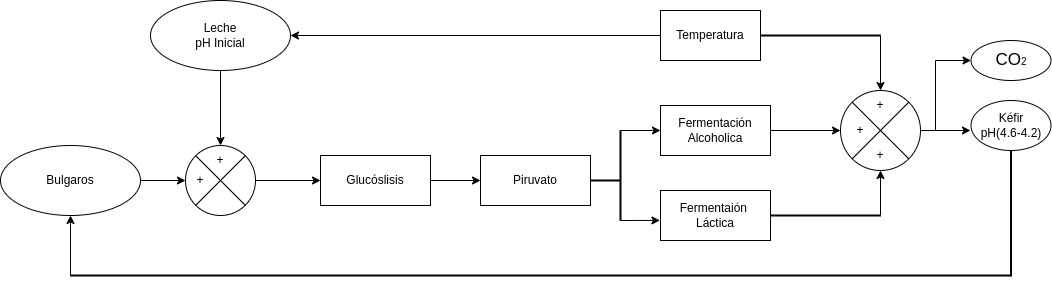
Before: UML/MarcoTeorico/fermentacion.drawio.png, a diagram exported from draw.io (miicxitl-kin/Proyecto-Terminal-1-y-2). Source tidied: cells renumbered, new cells last; positions are measured from the earlier drawing's top-left corner, leaving out a move shared by most shapes. Source of this version:
```xml
<mxGraphModel>
  <root>
    <mxCell id="0" />
    <mxCell id="1" parent="0" />
    <mxCell id="2" style="edgeStyle=none;html=1;" parent="1" edge="1" source="3" target="6">
      <mxGeometry relative="1" as="geometry" />
    </mxCell>
    <mxCell id="3" value="&lt;font style=&quot;color: rgb(0, 0, 0);&quot;&gt;Leche&lt;/font&gt;&lt;div&gt;&lt;font style=&quot;color: rgb(0, 0, 0);&quot;&gt;pH Inicial&lt;/font&gt;&lt;/div&gt;" style="ellipse;whiteSpace=wrap;html=1;" parent="1" vertex="1">
      <mxGeometry x="150" width="140" height="70" as="geometry" />
    </mxCell>
    <mxCell id="4" value="Bulgaros" style="ellipse;whiteSpace=wrap;html=1;" parent="1" vertex="1">
      <mxGeometry y="145" width="140" height="70" as="geometry" />
    </mxCell>
    <mxCell id="5" style="edgeStyle=none;html=1;entryX=0;entryY=0.5;entryDx=0;entryDy=0;" parent="1" edge="1" source="6" target="9">
      <mxGeometry relative="1" as="geometry" />
    </mxCell>
    <mxCell id="6" style="verticalLabelPosition=bottom;verticalAlign=top;html=1;shape=mxgraph.flowchart.or;" parent="1" vertex="1">
      <mxGeometry x="185" y="145" width="70" height="70" as="geometry" />
    </mxCell>
    <mxCell id="7" style="edgeStyle=none;html=1;entryX=0;entryY=0.5;entryDx=0;entryDy=0;entryPerimeter=0;" parent="1" edge="1" source="4" target="6">
      <mxGeometry relative="1" as="geometry" />
    </mxCell>
    <mxCell id="8" style="edgeStyle=none;html=1;entryX=0;entryY=0.5;entryDx=0;entryDy=0;" parent="1" edge="1" source="9" target="10">
      <mxGeometry relative="1" as="geometry" />
    </mxCell>
    <mxCell id="9" value="Glucóslisis" style="html=1;whiteSpace=wrap;" parent="1" vertex="1">
      <mxGeometry x="320" y="155" width="110" height="50" as="geometry" />
    </mxCell>
    <mxCell id="10" value="Piruvato" style="html=1;whiteSpace=wrap;" parent="1" vertex="1">
      <mxGeometry x="480" y="155" width="110" height="50" as="geometry" />
    </mxCell>
    <mxCell id="11" style="edgeStyle=none;html=1;entryX=0;entryY=0.5;entryDx=0;entryDy=0;" parent="1" edge="1" source="12" target="18">
      <mxGeometry relative="1" as="geometry" />
    </mxCell>
    <mxCell id="12" value="&lt;font style=&quot;color: rgb(0, 0, 0);&quot;&gt;Fermentación&lt;/font&gt;&lt;div&gt;&lt;font style=&quot;color: rgb(0, 0, 0);&quot;&gt;Alcoholica&lt;/font&gt;&lt;/div&gt;" style="html=1;whiteSpace=wrap;" parent="1" vertex="1">
      <mxGeometry x="660" y="105" width="110" height="50" as="geometry" />
    </mxCell>
    <mxCell id="13" value="&lt;font style=&quot;color: rgb(0, 0, 0);&quot;&gt;Fermentaión&amp;nbsp;&lt;/font&gt;&lt;div&gt;&lt;font style=&quot;color: rgb(0, 0, 0);&quot;&gt;Láctica&lt;/font&gt;&lt;/div&gt;" style="html=1;whiteSpace=wrap;" parent="1" vertex="1">
      <mxGeometry x="660" y="190" width="110" height="50" as="geometry" />
    </mxCell>
    <mxCell id="14" style="line;strokeWidth=2;html=1;" parent="1" vertex="1">
      <mxGeometry x="590" y="90" width="30" height="180" as="geometry" />
    </mxCell>
    <mxCell id="15" style="edgeStyle=none;html=1;exitX=0;exitY=0.5;exitDx=0;exitDy=0;exitPerimeter=0;entryX=0;entryY=0.5;entryDx=0;entryDy=0;" parent="1" edge="1" source="16" target="12">
      <mxGeometry relative="1" as="geometry" />
    </mxCell>
    <mxCell id="16" style="line;strokeWidth=2;direction=south;html=1;" parent="1" vertex="1">
      <mxGeometry x="610" y="130" width="20" height="90" as="geometry" />
    </mxCell>
    <mxCell id="17" style="edgeStyle=none;html=1;" parent="1" edge="1" source="18">
      <mxGeometry relative="1" as="geometry">
        <mxPoint x="970" y="130" as="targetPoint" />
      </mxGeometry>
    </mxCell>
    <mxCell id="18" style="shape=sumEllipse;perimeter=ellipsePerimeter;whiteSpace=wrap;html=1;backgroundOutline=1;" parent="1" vertex="1">
      <mxGeometry x="840" y="90" width="80" height="80" as="geometry" />
    </mxCell>
    <mxCell id="19" style="edgeStyle=none;html=1;exitX=1;exitY=0.5;exitDx=0;exitDy=0;exitPerimeter=0;entryX=-0.005;entryY=0.598;entryDx=0;entryDy=0;entryPerimeter=0;" parent="1" edge="1" source="16" target="13">
      <mxGeometry relative="1" as="geometry" />
    </mxCell>
    <mxCell id="20" style="edgeStyle=none;html=1;exitX=1;exitY=0.5;exitDx=0;exitDy=0;exitPerimeter=0;entryX=0.5;entryY=1;entryDx=0;entryDy=0;" parent="1" edge="1" source="21" target="18">
      <mxGeometry relative="1" as="geometry" />
    </mxCell>
    <mxCell id="21" style="line;strokeWidth=2;html=1;" parent="1" vertex="1">
      <mxGeometry x="770" y="210" width="110" height="10" as="geometry" />
    </mxCell>
    <mxCell id="22" style="line;strokeWidth=2;direction=south;html=1;" parent="1" vertex="1">
      <mxGeometry x="1005" y="150" width="11" height="126" as="geometry" />
    </mxCell>
    <mxCell id="23" style="edgeStyle=none;html=1;exitX=0;exitY=0.5;exitDx=0;exitDy=0;exitPerimeter=0;entryX=0.5;entryY=1;entryDx=0;entryDy=0;" parent="1" edge="1" source="24" target="4">
      <mxGeometry relative="1" as="geometry" />
    </mxCell>
    <mxCell id="24" style="line;strokeWidth=2;html=1;" parent="1" vertex="1">
      <mxGeometry x="70" y="270" width="940" height="10" as="geometry" />
    </mxCell>
    <mxCell id="25" style="edgeStyle=none;html=1;entryX=1;entryY=0.5;entryDx=0;entryDy=0;" parent="1" edge="1" source="26" target="3">
      <mxGeometry relative="1" as="geometry" />
    </mxCell>
    <mxCell id="26" value="Temperatura" style="html=1;whiteSpace=wrap;" parent="1" vertex="1">
      <mxGeometry x="660" y="10" width="100" height="50" as="geometry" />
    </mxCell>
    <mxCell id="27" style="edgeStyle=none;html=1;exitX=1;exitY=0.5;exitDx=0;exitDy=0;exitPerimeter=0;entryX=0.5;entryY=0;entryDx=0;entryDy=0;" parent="1" edge="1" source="28" target="18">
      <mxGeometry relative="1" as="geometry" />
    </mxCell>
    <mxCell id="28" style="line;strokeWidth=2;html=1;" parent="1" vertex="1">
      <mxGeometry x="760" y="30" width="120" height="10" as="geometry" />
    </mxCell>
    <mxCell id="29" value="&lt;font style=&quot;color: rgb(0, 0, 0);&quot;&gt;Kéfir&lt;/font&gt;&lt;div&gt;&lt;font style=&quot;color: rgb(0, 0, 0);&quot;&gt;pH(4.6-4.2)&lt;/font&gt;&lt;/div&gt;" style="ellipse;whiteSpace=wrap;html=1;" parent="1" vertex="1">
      <mxGeometry x="970.5" y="100" width="80" height="50" as="geometry" />
    </mxCell>
    <mxCell id="30" value="&lt;font style=&quot;font-size: 17px;&quot;&gt;CO&lt;/font&gt;&lt;font style=&quot;font-size: 10px;&quot;&gt;2&lt;/font&gt;" style="ellipse;whiteSpace=wrap;html=1;" parent="1" vertex="1">
      <mxGeometry x="970.5" y="40" width="80" height="40" as="geometry" />
    </mxCell>
    <mxCell id="31" style="edgeStyle=none;html=1;exitX=0;exitY=0.5;exitDx=0;exitDy=0;exitPerimeter=0;entryX=0;entryY=0.5;entryDx=0;entryDy=0;" parent="1" edge="1" source="32" target="30">
      <mxGeometry relative="1" as="geometry" />
    </mxCell>
    <mxCell id="32" style="line;strokeWidth=1;direction=south;html=1;" parent="1" vertex="1">
      <mxGeometry x="930" y="60" width="10" height="70" as="geometry" />
    </mxCell>
    <mxCell id="33" value="+" style="text;html=1;align=center;verticalAlign=middle;whiteSpace=wrap;rounded=0;" parent="1" vertex="1">
      <mxGeometry x="190" y="145" width="60" height="30" as="geometry" />
    </mxCell>
    <mxCell id="34" value="+" style="text;html=1;align=center;verticalAlign=middle;whiteSpace=wrap;rounded=0;" parent="1" vertex="1">
      <mxGeometry x="170" y="165" width="60" height="30" as="geometry" />
    </mxCell>
    <mxCell id="35" value="+" style="text;html=1;align=center;verticalAlign=middle;whiteSpace=wrap;rounded=0;" parent="1" vertex="1">
      <mxGeometry x="850" y="90" width="60" height="30" as="geometry" />
    </mxCell>
    <mxCell id="36" value="+" style="text;html=1;align=center;verticalAlign=middle;whiteSpace=wrap;rounded=0;" parent="1" vertex="1">
      <mxGeometry x="830" y="115" width="60" height="30" as="geometry" />
    </mxCell>
    <mxCell id="37" value="+" style="text;html=1;align=center;verticalAlign=middle;whiteSpace=wrap;rounded=0;" parent="1" vertex="1">
      <mxGeometry x="850" y="140" width="60" height="30" as="geometry" />
    </mxCell>
  </root>
</mxGraphModel>
```
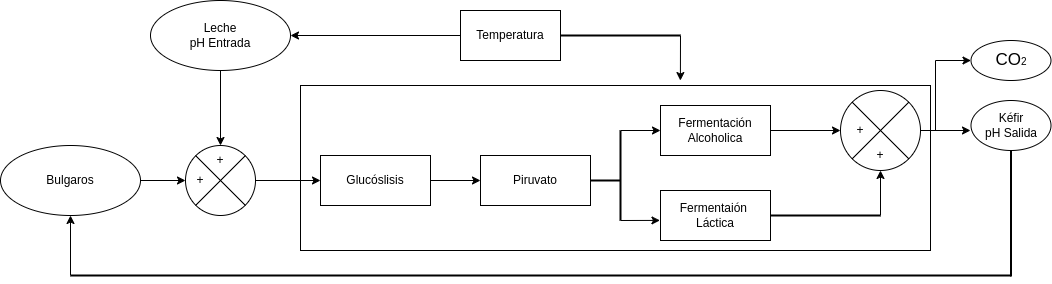
After the commit.

What changed in the source:
```diff
@@ -5,7 +5,7 @@
     <mxCell id="2" style="edgeStyle=none;html=1;" parent="1" edge="1" source="3" target="6">
       <mxGeometry relative="1" as="geometry" />
     </mxCell>
-    <mxCell id="3" value="&lt;font style=&quot;color: rgb(0, 0, 0);&quot;&gt;Leche&lt;/font&gt;&lt;div&gt;&lt;font style=&quot;color: rgb(0, 0, 0);&quot;&gt;pH Inicial&lt;/font&gt;&lt;/div&gt;" style="ellipse;whiteSpace=wrap;html=1;" parent="1" vertex="1">
+    <mxCell id="3" value="&lt;font style=&quot;color: rgb(0, 0, 0);&quot;&gt;Leche&lt;/font&gt;&lt;div&gt;&lt;font style=&quot;color: rgb(0, 0, 0);&quot;&gt;pH Entrada&lt;/font&gt;&lt;/div&gt;" style="ellipse;whiteSpace=wrap;html=1;" parent="1" vertex="1">
       <mxGeometry x="150" width="140" height="70" as="geometry" />
     </mxCell>
     <mxCell id="4" value="Bulgaros" style="ellipse;whiteSpace=wrap;html=1;" parent="1" vertex="1">
@@ -77,15 +77,12 @@
       <mxGeometry relative="1" as="geometry" />
     </mxCell>
     <mxCell id="26" value="Temperatura" style="html=1;whiteSpace=wrap;" parent="1" vertex="1">
-      <mxGeometry x="660" y="10" width="100" height="50" as="geometry" />
+      <mxGeometry x="460" y="10" width="100" height="50" as="geometry" />
     </mxCell>
-    <mxCell id="27" style="edgeStyle=none;html=1;exitX=1;exitY=0.5;exitDx=0;exitDy=0;exitPerimeter=0;entryX=0.5;entryY=0;entryDx=0;entryDy=0;" parent="1" edge="1" source="28" target="18">
-      <mxGeometry relative="1" as="geometry" />
-    </mxCell>
     <mxCell id="28" style="line;strokeWidth=2;html=1;" parent="1" vertex="1">
-      <mxGeometry x="760" y="30" width="120" height="10" as="geometry" />
+      <mxGeometry x="560" y="30" width="120" height="10" as="geometry" />
     </mxCell>
-    <mxCell id="29" value="&lt;font style=&quot;color: rgb(0, 0, 0);&quot;&gt;Kéfir&lt;/font&gt;&lt;div&gt;&lt;font style=&quot;color: rgb(0, 0, 0);&quot;&gt;pH(4.6-4.2)&lt;/font&gt;&lt;/div&gt;" style="ellipse;whiteSpace=wrap;html=1;" parent="1" vertex="1">
+    <mxCell id="29" value="&lt;font style=&quot;color: rgb(0, 0, 0);&quot;&gt;Kéfir&lt;/font&gt;&lt;div&gt;&lt;font style=&quot;color: rgb(0, 0, 0);&quot;&gt;pH Salida&lt;/font&gt;&lt;/div&gt;" style="ellipse;whiteSpace=wrap;html=1;" parent="1" vertex="1">
       <mxGeometry x="970.5" y="100" width="80" height="50" as="geometry" />
     </mxCell>
     <mxCell id="30" value="&lt;font style=&quot;font-size: 17px;&quot;&gt;CO&lt;/font&gt;&lt;font style=&quot;font-size: 10px;&quot;&gt;2&lt;/font&gt;" style="ellipse;whiteSpace=wrap;html=1;" parent="1" vertex="1">
@@ -103,14 +100,17 @@
     <mxCell id="34" value="+" style="text;html=1;align=center;verticalAlign=middle;whiteSpace=wrap;rounded=0;" parent="1" vertex="1">
       <mxGeometry x="170" y="165" width="60" height="30" as="geometry" />
     </mxCell>
-    <mxCell id="35" value="+" style="text;html=1;align=center;verticalAlign=middle;whiteSpace=wrap;rounded=0;" parent="1" vertex="1">
-      <mxGeometry x="850" y="90" width="60" height="30" as="geometry" />
-    </mxCell>
     <mxCell id="36" value="+" style="text;html=1;align=center;verticalAlign=middle;whiteSpace=wrap;rounded=0;" parent="1" vertex="1">
       <mxGeometry x="830" y="115" width="60" height="30" as="geometry" />
     </mxCell>
     <mxCell id="37" value="+" style="text;html=1;align=center;verticalAlign=middle;whiteSpace=wrap;rounded=0;" parent="1" vertex="1">
       <mxGeometry x="850" y="140" width="60" height="30" as="geometry" />
     </mxCell>
+    <mxCell id="38" style="rounded=0;whiteSpace=wrap;html=1;fillColor=none;" parent="1" vertex="1">
+      <mxGeometry x="300" y="85" width="630" height="165" as="geometry" />
+    </mxCell>
+    <mxCell id="39" style="edgeStyle=none;html=1;exitX=1;exitY=0.5;exitDx=0;exitDy=0;exitPerimeter=0;entryX=0.603;entryY=-0.03;entryDx=0;entryDy=0;entryPerimeter=0;" parent="1" edge="1" source="28" target="38">
+      <mxGeometry relative="1" as="geometry" />
+    </mxCell>
   </root>
 </mxGraphModel>
```
